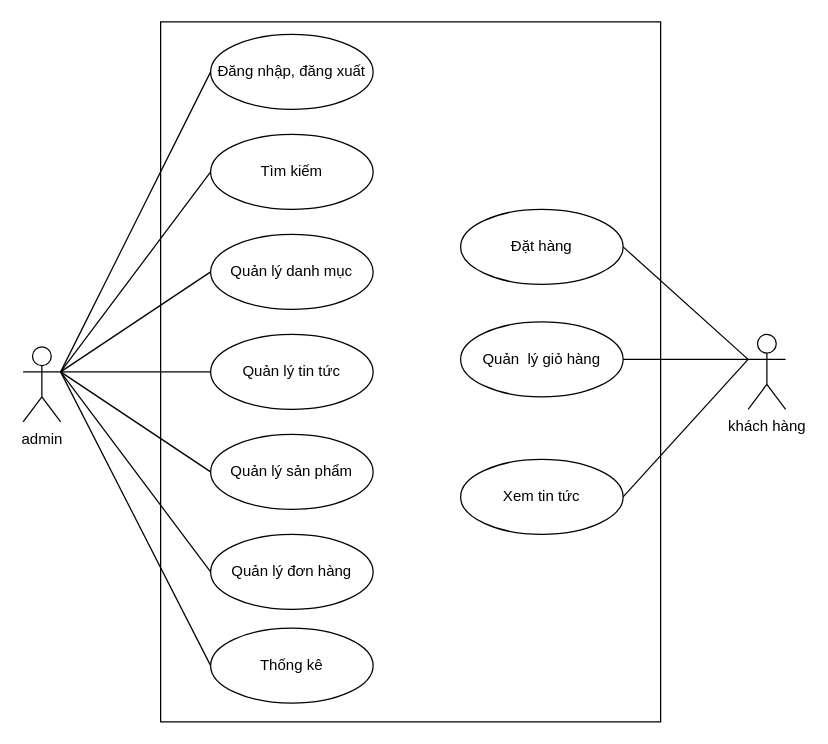
This is DiagramDraw/usecase_tongquat.drawio from dxthanh2002/aptech_doan, a draw.io file, before an edit. Source tidied: cells renumbered, new cells numbered last; positions are measured from the earlier drawing's top-left corner, leaving out a move shared by most shapes. Both pictures are drawn from the tidied source at 125%, with x=0, y=0 at pixel (22, 21).
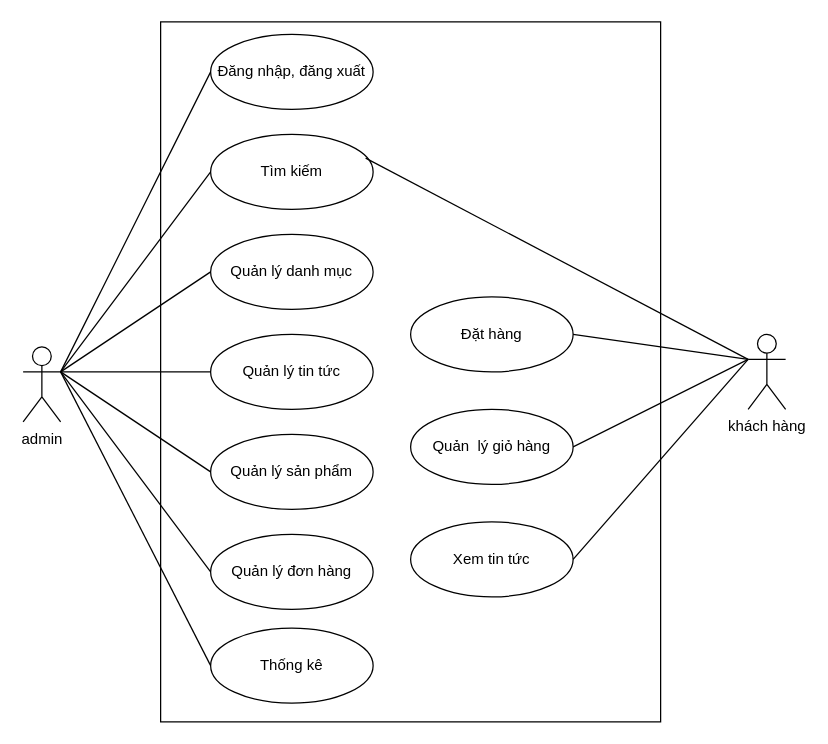
The same page after the edit.

Unchanged cells that the change refers to:
```xml
<mxCell id="8" value="Tìm kiếm" style="ellipse;whiteSpace=wrap;html=1;" parent="1" vertex="1">
  <mxGeometry x="150" y="90" width="130" height="60" as="geometry" />
</mxCell>
```

Diff of the diagram source:
```diff
@@
     <mxCell id="11" value="Đặt hàng" style="ellipse;whiteSpace=wrap;html=1;" parent="1" vertex="1">
-      <mxGeometry x="350" y="150" width="130" height="60" as="geometry" />
+      <mxGeometry x="310" y="220" width="130" height="60" as="geometry" />
     </mxCell>
     <mxCell id="12" value="Quản&amp;nbsp; lý giỏ hàng" style="ellipse;whiteSpace=wrap;html=1;" parent="1" vertex="1">
-      <mxGeometry x="350" y="240" width="130" height="60" as="geometry" />
+      <mxGeometry x="310" y="310" width="130" height="60" as="geometry" />
     </mxCell>
@@
     <mxCell id="14" value="Xem tin tức" style="ellipse;whiteSpace=wrap;html=1;" parent="1" vertex="1">
-      <mxGeometry x="350" y="350" width="130" height="60" as="geometry" />
+      <mxGeometry x="310" y="400" width="130" height="60" as="geometry" />
     </mxCell>
@@
-    <mxCell id="22" style="endArrow=none;html=1;rounded=0;" parent="1" edge="1">
+    <mxCell id="22" style="endArrow=none;html=1;rounded=0;exitX=1;exitY=0.5;exitDx=0;exitDy=0;" parent="1" edge="1" source="11">
       <mxGeometry relative="1" as="geometry">
-        <mxPoint x="480" y="180" as="sourcePoint" />
         <mxPoint x="580" y="270" as="targetPoint" />
       </mxGeometry>
     </mxCell>
@@
+    <mxCell id="25" style="endArrow=none;html=1;rounded=0;exitX=0.954;exitY=0.317;exitDx=0;exitDy=0;exitPerimeter=0;" parent="1" edge="1" source="8">
+      <mxGeometry relative="1" as="geometry">
+        <mxPoint x="580" y="270" as="targetPoint" />
+      </mxGeometry>
+    </mxCell>
```
